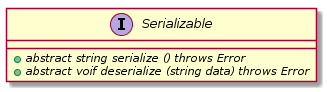
Before: report/figures/design/class/core/serializable.png, a diagram exported from PlantUML (geoffjay/comp8506-docs).
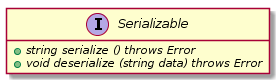
After the commit.

What changed in the source:
```diff
@@ -1,6 +1,7 @@
 @startuml
+hide interface fields
 interface Serializable {
-    +{abstract} abstract string serialize () throws Error
-    +{abstract} abstract voif deserialize (string data) throws Error
+    +{abstract} string serialize () throws Error
+    +{abstract} void deserialize (string data) throws Error
 }
 @enduml
```
